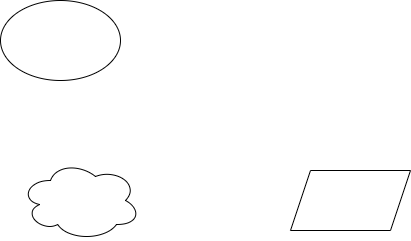
Above: diagrama.png in Zaibam/Desenvolvimento-De-Sistemas-1 (draw.io), before the change. Source tidied: cells renumbered, new cells last; positions are measured from the earlier drawing's top-left corner, leaving out a move shared by most shapes.
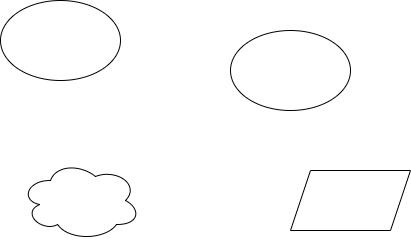
After the commit.

Change to the diagram source:
```diff
@@ -11,5 +11,8 @@
     <mxCell id="4" style="ellipse;shape=cloud;whiteSpace=wrap;html=1;" parent="1" vertex="1">
       <mxGeometry x="20" y="160" width="120" height="80" as="geometry" />
     </mxCell>
+    <mxCell id="5" style="ellipse;whiteSpace=wrap;html=1;" parent="1" vertex="1">
+      <mxGeometry x="230" y="30" width="120" height="80" as="geometry" />
+    </mxCell>
   </root>
 </mxGraphModel>
```
